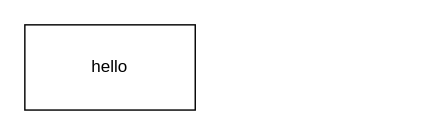
The draw.io diagram draw.io/Untitled Diagram.drawio in yarenhere/public-go, before the edit. Source tidied: cells renumbered, new cells numbered last; positions are measured from the earlier drawing's top-left corner, leaving out a move shared by most shapes. Both pictures are drawn from the tidied source at 142%, with x=0, y=0 at pixel (24, 24).
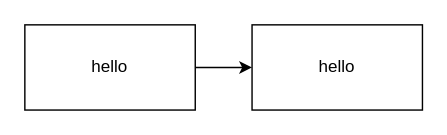
The same page after the edit.

What changed in the source:
```diff
@@
 <mxGraphModel>
   <root>
     <mxCell id="0" />
     <mxCell id="1" parent="0" />
+    <mxCell id="3" style="edgeStyle=orthogonalEdgeStyle;rounded=0;jettySize=auto;html=1;" parent="1" edge="1" source="2" target="4">
+      <mxGeometry relative="1" as="geometry" />
+    </mxCell>
     <mxCell id="2" value="hello" style="rounded=0;whiteSpace=wrap;html=1;" parent="1" vertex="1">
       <mxGeometry width="120" height="60" as="geometry" />
     </mxCell>
+    <mxCell id="4" value="hello" style="rounded=0;whiteSpace=wrap;html=1;" parent="1" vertex="1">
+      <mxGeometry x="160" width="120" height="60" as="geometry" />
+    </mxCell>
   </root>
 </mxGraphModel>
```
